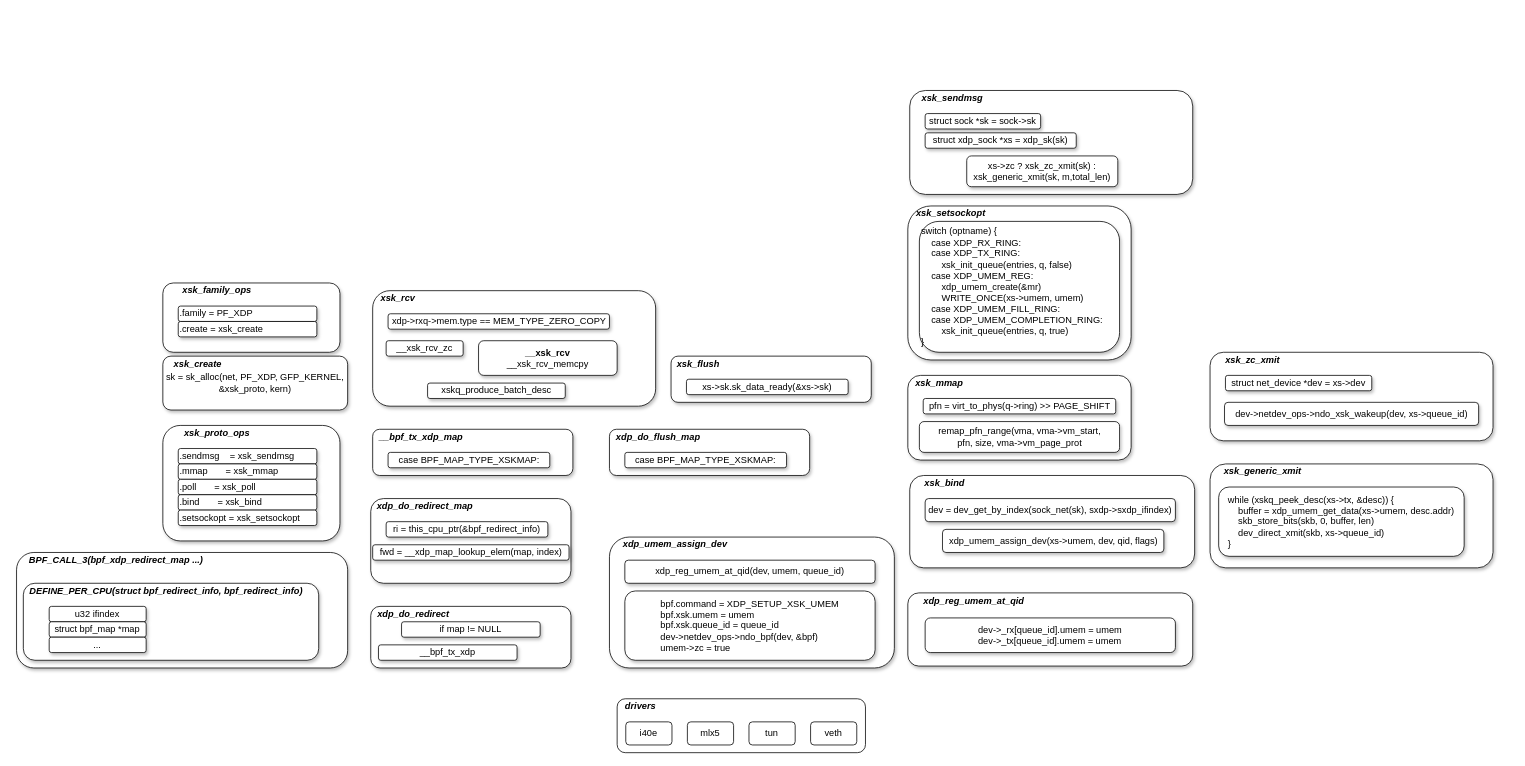
AirbornWdd/doc keeps this draw.io diagram as xsk.drawio. Above is the earlier version. Source tidied: cells renumbered, new cells numbered last; positions are measured from the earlier drawing's top-left corner, leaving out a move shared by most shapes. Both pictures are drawn from the tidied source at 77%, with x=0, y=0 at pixel (16, 52).
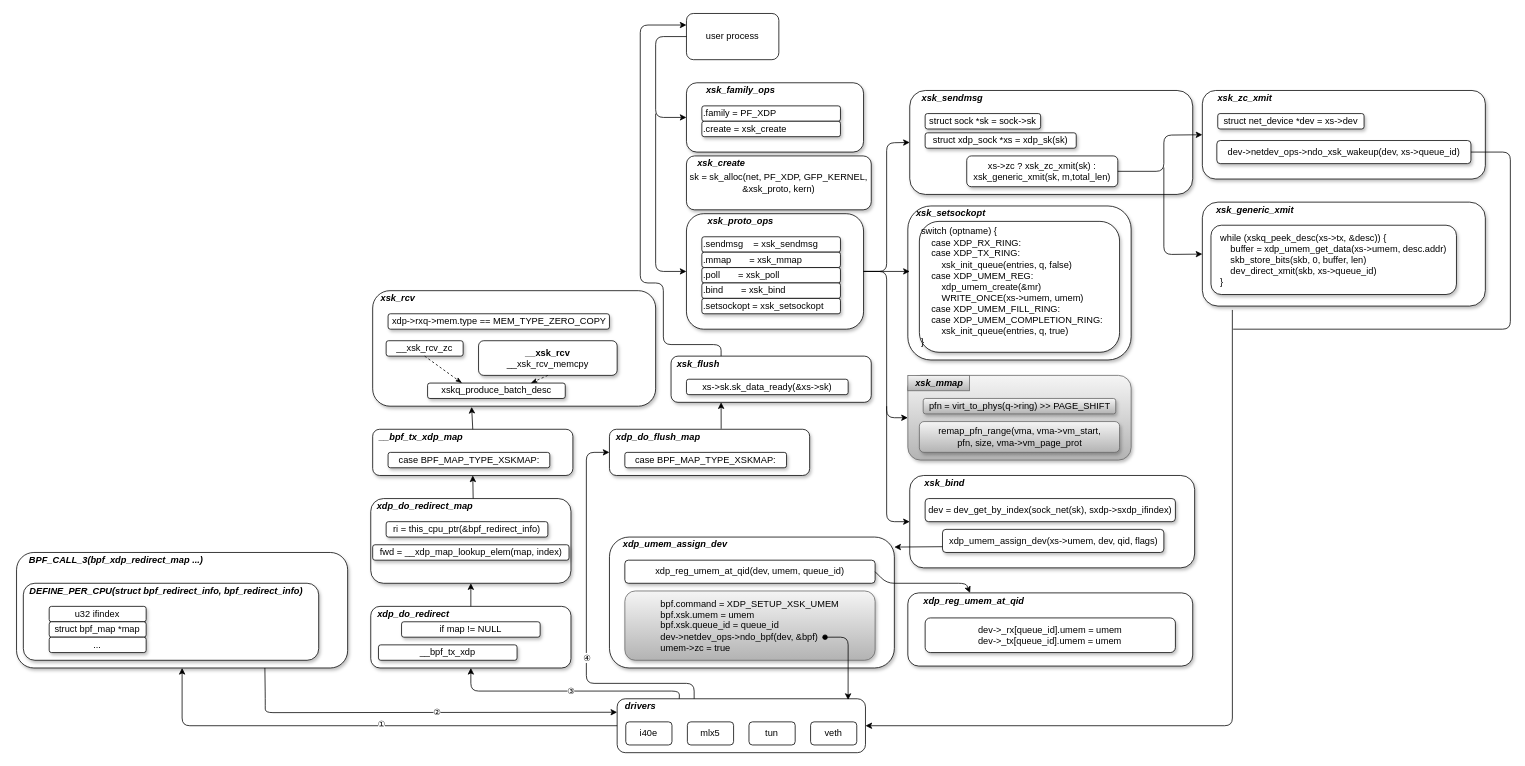
After the change.

The change refers to these unchanged cells:
```xml
<mxCell id="4" style="rounded=1;whiteSpace=wrap;html=1;shadow=1;" parent="3" vertex="1">
  <mxGeometry width="430" height="150" as="geometry" />
</mxCell>
<mxCell id="12" style="rounded=1;whiteSpace=wrap;html=1;shadow=1;" parent="1" vertex="1">
  <mxGeometry x="460" y="720" width="260" height="80" as="geometry" />
</mxCell>
<mxCell id="15" style="rounded=1;whiteSpace=wrap;html=1;shadow=1;" parent="1" vertex="1">
  <mxGeometry x="460" y="580" width="260" height="110" as="geometry" />
</mxCell>
<mxCell id="20" style="rounded=1;whiteSpace=wrap;html=1;shadow=1;" parent="1" vertex="1">
  <mxGeometry x="462.5" y="490" width="260" height="60" as="geometry" />
</mxCell>
<mxCell id="26" value="__xsk_rcv_zc" style="rounded=1;whiteSpace=wrap;html=1;shadow=1;" parent="1" vertex="1">
  <mxGeometry x="480" y="375" width="100" height="20" as="geometry" />
</mxCell>
<mxCell id="27" value="&lt;b&gt;__xsk_rcv&lt;/b&gt;&lt;br&gt;__xsk_rcv_memcpy" style="rounded=1;whiteSpace=wrap;html=1;shadow=1;" parent="1" vertex="1">
  <mxGeometry x="600" y="375" width="180" height="45" as="geometry" />
</mxCell>
<mxCell id="28" value="xskq_produce_batch_desc" style="rounded=1;whiteSpace=wrap;html=1;shadow=1;" parent="1" vertex="1">
  <mxGeometry x="533.8" y="430" width="178.8" height="20" as="geometry" />
</mxCell>
<mxCell id="29" style="rounded=1;whiteSpace=wrap;html=1;shadow=1;" parent="1" vertex="1">
  <mxGeometry x="850" y="395" width="260" height="60" as="geometry" />
</mxCell>
<mxCell id="32" style="rounded=1;whiteSpace=wrap;html=1;shadow=1;" parent="1" vertex="1">
  <mxGeometry x="770" y="490" width="260" height="60" as="geometry" />
</mxCell>
<mxCell id="37" value="xdp_reg_umem_at_qid(dev, umem, queue_id)" style="rounded=1;whiteSpace=wrap;html=1;shadow=1;align=center;" parent="1" vertex="1">
  <mxGeometry x="790" y="660" width="325" height="30" as="geometry" />
</mxCell>
<mxCell id="40" value="&lt;b&gt;&lt;i&gt;xdp_reg_umem_at_qid&lt;/i&gt;&lt;/b&gt;" style="text;html=1;align=center;verticalAlign=middle;points=[];" parent="1" vertex="1">
  <mxGeometry x="1167.5" y="702.5" width="150" height="20" as="geometry" />
</mxCell>
<mxCell id="42" style="group;" parent="1" vertex="1">
  <mxGeometry x="1550" width="370" height="480" as="geometry" />
</mxCell>
<mxCell id="47" style="group;" parent="1" vertex="1">
  <mxGeometry x="190" y="300" width="240" height="335" as="geometry" />
</mxCell>
<mxCell id="49" style="rounded=1;whiteSpace=wrap;html=1;shadow=1;" parent="48" vertex="1">
  <mxGeometry width="230" height="150" as="geometry" />
</mxCell>
<mxCell id="64" style="rounded=1;whiteSpace=wrap;html=1;" parent="63" vertex="1">
  <mxGeometry width="322.5" height="70" as="geometry" />
</mxCell>
<mxCell id="70" style="rounded=1;whiteSpace=wrap;html=1;shadow=1;" parent="1" vertex="1">
  <mxGeometry x="1160" y="550" width="370" height="120" as="geometry" />
</mxCell>
<mxCell id="73" value="xdp_umem_assign_dev(xs-&amp;gt;umem, dev, qid, flags)" style="rounded=1;whiteSpace=wrap;html=1;shadow=1;align=center;" parent="1" vertex="1">
  <mxGeometry x="1202.5" y="620" width="287.5" height="30" as="geometry" />
</mxCell>
<mxCell id="77" style="rounded=1;whiteSpace=wrap;html=1;shadow=1;" parent="1" vertex="1">
  <mxGeometry x="1160" y="50" width="367.5" height="135" as="geometry" />
</mxCell>
<mxCell id="81" value="xs-&amp;gt;zc ?&amp;nbsp;xsk_zc_xmit(sk) : xsk_generic_xmit(sk, m,total_len)" style="rounded=1;whiteSpace=wrap;html=1;shadow=1;" parent="1" vertex="1">
  <mxGeometry x="1234" y="135" width="196.2" height="40" as="geometry" />
</mxCell>
```

Change to the diagram source:
```diff
@@
-    <mxCell id="38" value="&lt;div style=&quot;text-align: left&quot;&gt;&lt;span&gt;bpf.command = XDP_SETUP_XSK_UMEM&lt;/span&gt;&lt;/div&gt;&lt;div style=&quot;text-align: left&quot;&gt;&lt;span&gt;bpf.xsk.umem = umem&lt;/span&gt;&lt;/div&gt;&lt;div style=&quot;text-align: left&quot;&gt;&lt;span&gt;bpf.xsk.queue_id = queue_id&lt;/span&gt;&lt;/div&gt;&lt;div style=&quot;text-align: left&quot;&gt;&lt;span&gt;dev-&amp;gt;netdev_ops-&amp;gt;ndo_bpf(dev, &amp;amp;bpf)&lt;/span&gt;&lt;/div&gt;&lt;div style=&quot;text-align: left&quot;&gt;&lt;span&gt;umem-&amp;gt;zc = true&lt;/span&gt;&lt;/div&gt;" style="rounded=1;whiteSpace=wrap;html=1;shadow=1;align=center;" parent="1" vertex="1">
+    <mxCell id="38" value="&lt;div style=&quot;text-align: left&quot;&gt;&lt;span&gt;bpf.command = XDP_SETUP_XSK_UMEM&lt;/span&gt;&lt;/div&gt;&lt;div style=&quot;text-align: left&quot;&gt;&lt;span&gt;bpf.xsk.umem = umem&lt;/span&gt;&lt;/div&gt;&lt;div style=&quot;text-align: left&quot;&gt;&lt;span&gt;bpf.xsk.queue_id = queue_id&lt;/span&gt;&lt;/div&gt;&lt;div style=&quot;text-align: left&quot;&gt;&lt;span&gt;dev-&amp;gt;netdev_ops-&amp;gt;ndo_bpf(dev, &amp;amp;bpf)&lt;/span&gt;&lt;/div&gt;&lt;div style=&quot;text-align: left&quot;&gt;&lt;span&gt;umem-&amp;gt;zc = true&lt;/span&gt;&lt;/div&gt;" style="rounded=1;whiteSpace=wrap;html=1;shadow=1;align=center;gradientColor=#b3b3b3;fillColor=#f5f5f5;strokeColor=#666666;" parent="1" vertex="1">
       <mxGeometry x="790" y="700" width="325" height="90" as="geometry" />
     </mxCell>
@@
-    <mxCell id="43" style="rounded=1;whiteSpace=wrap;html=1;shadow=1;" parent="42" vertex="1">
+    <mxCell id="43" style="rounded=1;whiteSpace=wrap;html=1;shadow=1;gradientColor=#b3b3b3;fillColor=#f5f5f5;strokeColor=#666666;" parent="42" vertex="1">
       <mxGeometry x="-392.5" y="420" width="290" height="110" as="geometry" />
     </mxCell>
-    <mxCell id="44" value="&lt;span&gt;&lt;b&gt;&lt;i&gt;xsk_mmap&lt;/i&gt;&lt;/b&gt;&lt;/span&gt;" style="text;html=1;align=center;verticalAlign=middle;" parent="42" vertex="1">
+    <mxCell id="44" value="&lt;span&gt;&lt;b&gt;&lt;i&gt;xsk_mmap&lt;/i&gt;&lt;/b&gt;&lt;/span&gt;" style="text;html=1;align=center;verticalAlign=middle;gradientColor=#b3b3b3;fillColor=#f5f5f5;strokeColor=#666666;" parent="42" vertex="1">
       <mxGeometry x="-392.5" y="420" width="80" height="20" as="geometry" />
     </mxCell>
-    <mxCell id="45" value="pfn = virt_to_phys(q-&amp;gt;ring) &amp;gt;&amp;gt; PAGE_SHIFT" style="rounded=1;whiteSpace=wrap;html=1;shadow=1;" parent="42" vertex="1">
+    <mxCell id="45" value="pfn = virt_to_phys(q-&amp;gt;ring) &amp;gt;&amp;gt; PAGE_SHIFT" style="rounded=1;whiteSpace=wrap;html=1;shadow=1;gradientColor=#b3b3b3;fillColor=#f5f5f5;strokeColor=#666666;" parent="42" vertex="1">
       <mxGeometry x="-372.5" y="450" width="250" height="20" as="geometry" />
     </mxCell>
-    <mxCell id="46" value="remap_pfn_range(vma, vma-&amp;gt;vm_start, pfn,&amp;nbsp;size, vma-&amp;gt;vm_page_prot" style="rounded=1;whiteSpace=wrap;html=1;shadow=1;" parent="42" vertex="1">
+    <mxCell id="46" value="remap_pfn_range(vma, vma-&amp;gt;vm_start, pfn,&amp;nbsp;size, vma-&amp;gt;vm_page_prot" style="rounded=1;whiteSpace=wrap;html=1;shadow=1;gradientColor=#b3b3b3;fillColor=#f5f5f5;strokeColor=#666666;" parent="42" vertex="1">
       <mxGeometry x="-377.5" y="480" width="260" height="40" as="geometry" />
     </mxCell>
@@
     <mxCell id="48" style="group;" parent="47" vertex="1">
-      <mxGeometry y="185" width="230" height="150" as="geometry" />
+      <mxGeometry x="680" y="-90" width="230" height="150" as="geometry" />
     </mxCell>
@@
-    <mxCell id="56" style="rounded=1;whiteSpace=wrap;html=1;shadow=1;" parent="47" vertex="1">
-      <mxGeometry width="230" height="90" as="geometry" />
-    </mxCell>
-    <mxCell id="57" value="&lt;b&gt;&lt;i&gt;xsk_family_ops&lt;/i&gt;&lt;/b&gt;" style="text;html=1;align=center;verticalAlign=middle;" parent="47" vertex="1">
-      <mxGeometry x="20" width="100" height="20" as="geometry" />
-    </mxCell>
-    <mxCell id="58" value=".family = PF_XDP" style="rounded=1;whiteSpace=wrap;html=1;shadow=1;align=left;" parent="47" vertex="1">
-      <mxGeometry x="20" y="30" width="180" height="20" as="geometry" />
-    </mxCell>
-    <mxCell id="59" value=".create = xsk_create" style="rounded=1;whiteSpace=wrap;html=1;shadow=1;align=left;" parent="47" vertex="1">
-      <mxGeometry x="20" y="50" width="180" height="20" as="geometry" />
-    </mxCell>
-    <mxCell id="60" style="group;" parent="47" vertex="1">
-      <mxGeometry y="95" width="240" height="70" as="geometry" />
-    </mxCell>
-    <mxCell id="61" value="sk = sk_alloc(net, PF_XDP, GFP_KERNEL, &amp;amp;xsk_proto, kern)" style="rounded=1;whiteSpace=wrap;html=1;shadow=1;" parent="60" vertex="1">
-      <mxGeometry width="240" height="70" as="geometry" />
-    </mxCell>
-    <mxCell id="62" value="&lt;b&gt;&lt;i&gt;xsk_create&lt;/i&gt;&lt;/b&gt;" style="text;html=1;align=center;verticalAlign=middle;" parent="60" vertex="1">
-      <mxGeometry x="5" width="80" height="20" as="geometry" />
-    </mxCell>
@@
     <mxCell id="82" style="rounded=1;whiteSpace=wrap;html=1;shadow=1;" parent="1" vertex="1">
-      <mxGeometry x="1550" y="390" width="367.5" height="115" as="geometry" />
+      <mxGeometry x="1540" y="50" width="367.5" height="115" as="geometry" />
     </mxCell>
     <mxCell id="83" value="&lt;b&gt;&lt;i&gt;xsk_zc_xmit&lt;/i&gt;&lt;/b&gt;" style="text;html=1;align=center;verticalAlign=middle;" parent="1" vertex="1">
-      <mxGeometry x="1560" y="390" width="90" height="20" as="geometry" />
+      <mxGeometry x="1550" y="50" width="90" height="20" as="geometry" />
     </mxCell>
     <mxCell id="84" value="struct net_device *dev = xs-&amp;gt;dev" style="rounded=1;whiteSpace=wrap;html=1;shadow=1;" parent="1" vertex="1">
-      <mxGeometry x="1570" y="420" width="190" height="20" as="geometry" />
+      <mxGeometry x="1560" y="80" width="190" height="20" as="geometry" />
     </mxCell>
     <mxCell id="85" value="dev-&amp;gt;netdev_ops-&amp;gt;ndo_xsk_wakeup(dev, xs-&amp;gt;queue_id)" style="rounded=1;whiteSpace=wrap;html=1;shadow=1;" parent="1" vertex="1">
-      <mxGeometry x="1568.8" y="455" width="330" height="30" as="geometry" />
+      <mxGeometry x="1558.8" y="115" width="330" height="30" as="geometry" />
     </mxCell>
     <mxCell id="86" style="rounded=1;whiteSpace=wrap;html=1;shadow=1;" parent="1" vertex="1">
-      <mxGeometry x="1550" y="535" width="367.5" height="135" as="geometry" />
+      <mxGeometry x="1540" y="195" width="367.5" height="135" as="geometry" />
     </mxCell>
     <mxCell id="87" value="&lt;b&gt;&lt;i&gt;xsk_generic_xmit&lt;/i&gt;&lt;/b&gt;" style="text;html=1;align=center;verticalAlign=middle;" parent="1" vertex="1">
-      <mxGeometry x="1557.5" y="535" width="120" height="20" as="geometry" />
+      <mxGeometry x="1547.5" y="195" width="120" height="20" as="geometry" />
     </mxCell>
     <mxCell id="88" value="&lt;div style=&quot;text-align: left&quot;&gt;&lt;span&gt;while (xskq_peek_desc(xs-&amp;gt;tx, &amp;amp;desc)) {&lt;/span&gt;&lt;/div&gt;&lt;div style=&quot;text-align: left&quot;&gt;&amp;nbsp; &amp;nbsp;&amp;nbsp;buffer = xdp_umem_get_data(xs-&amp;gt;umem, desc.addr)&lt;/div&gt;&lt;div style=&quot;text-align: left&quot;&gt;&amp;nbsp; &amp;nbsp;&amp;nbsp;skb_store_bits(skb, 0, buffer, len)&lt;/div&gt;&lt;div style=&quot;text-align: left&quot;&gt;&amp;nbsp; &amp;nbsp; dev_direct_xmit(skb, xs-&amp;gt;queue_id)&lt;br&gt;&lt;/div&gt;&lt;div style=&quot;text-align: left&quot;&gt;&lt;span&gt;}&lt;/span&gt;&lt;/div&gt;" style="rounded=1;whiteSpace=wrap;html=1;shadow=1;" parent="1" vertex="1">
-      <mxGeometry x="1561.2" y="565" width="318.8" height="90" as="geometry" />
+      <mxGeometry x="1551.2" y="225" width="318.8" height="90" as="geometry" />
     </mxCell>
+    <mxCell id="89" style="endArrow=classic;html=1;exitX=0;exitY=0.5;exitDx=0;exitDy=0;entryX=0.5;entryY=1;entryDx=0;entryDy=0;" parent="1" edge="1" source="64" target="4">
+      <mxGeometry relative="1" as="geometry">
+        <Array as="points">
+          <mxPoint x="215" y="875" />
+        </Array>
+      </mxGeometry>
+    </mxCell>
+    <mxCell id="90" value="①" style="edgeLabel;html=1;align=center;verticalAlign=middle;" parent="89" vertex="1">
+      <mxGeometry x="-0.04" y="-3" relative="1" as="geometry" />
+    </mxCell>
+    <mxCell id="91" style="endArrow=classic;html=1;entryX=0;entryY=0.25;entryDx=0;entryDy=0;exitX=0.75;exitY=1;exitDx=0;exitDy=0;" parent="1" edge="1" source="4" target="64">
+      <mxGeometry relative="1" as="geometry">
+        <Array as="points">
+          <mxPoint x="323" y="840" />
+          <mxPoint x="323" y="858" />
+        </Array>
+      </mxGeometry>
+    </mxCell>
+    <mxCell id="92" value="②" style="edgeLabel;html=1;align=center;verticalAlign=middle;" parent="91" vertex="1">
+      <mxGeometry x="0.09" y="1" relative="1" as="geometry" />
+    </mxCell>
+    <mxCell id="93" style="endArrow=classic;html=1;exitX=0.25;exitY=0;exitDx=0;exitDy=0;entryX=0.5;entryY=1;entryDx=0;entryDy=0;" parent="1" edge="1" source="64" target="12">
+      <mxGeometry relative="1" as="geometry">
+        <Array as="points">
+          <mxPoint x="861" y="830" />
+          <mxPoint x="590" y="830" />
+        </Array>
+      </mxGeometry>
+    </mxCell>
+    <mxCell id="94" value="③" style="edgeLabel;html=1;align=center;verticalAlign=middle;" parent="93" vertex="1">
+      <mxGeometry x="-0.02" y="-1" relative="1" as="geometry" />
+    </mxCell>
+    <mxCell id="95" style="endArrow=classic;html=1;entryX=0.5;entryY=1;entryDx=0;entryDy=0;" parent="1" edge="1" source="12" target="15">
+      <mxGeometry relative="1" as="geometry" />
+    </mxCell>
+    <mxCell id="96" style="endArrow=classic;html=1;entryX=0.5;entryY=1;entryDx=0;entryDy=0;" parent="1" edge="1" target="20">
+      <mxGeometry relative="1" as="geometry">
+        <mxPoint x="593" y="580" as="sourcePoint" />
+      </mxGeometry>
+    </mxCell>
+    <mxCell id="97" style="endArrow=classic;html=1;exitX=0.5;exitY=0;exitDx=0;exitDy=0;" parent="1" edge="1" source="20">
+      <mxGeometry relative="1" as="geometry">
+        <mxPoint x="591" y="461" as="targetPoint" />
+      </mxGeometry>
+    </mxCell>
+    <mxCell id="98" style="endArrow=classicThin;dashed=1;html=1;exitX=0.5;exitY=1;exitDx=0;exitDy=0;entryX=0.25;entryY=0;entryDx=0;entryDy=0;endFill=1;" parent="1" edge="1" source="26" target="28">
+      <mxGeometry relative="1" as="geometry" />
+    </mxCell>
+    <mxCell id="99" style="endArrow=classicThin;dashed=1;html=1;exitX=0.5;exitY=1;exitDx=0;exitDy=0;entryX=0.75;entryY=0;entryDx=0;entryDy=0;endFill=1;" parent="1" edge="1" source="27" target="28">
+      <mxGeometry relative="1" as="geometry" />
+    </mxCell>
+    <mxCell id="100" style="endArrow=classic;html=1;entryX=0;entryY=0.5;entryDx=0;entryDy=0;" parent="1" edge="1" target="32">
+      <mxGeometry relative="1" as="geometry">
+        <mxPoint x="880" y="840" as="sourcePoint" />
+        <Array as="points">
+          <mxPoint x="880" y="820" />
+          <mxPoint x="740" y="820" />
+          <mxPoint x="740" y="520" />
+        </Array>
+      </mxGeometry>
+    </mxCell>
+    <mxCell id="101" value="④" style="edgeLabel;html=1;align=center;verticalAlign=middle;" parent="100" vertex="1">
+      <mxGeometry x="-0.21" relative="1" as="geometry" />
+    </mxCell>
+    <mxCell id="102" style="endArrow=classic;html=1;entryX=0.25;entryY=1;entryDx=0;entryDy=0;exitX=0.558;exitY=-0.011;exitDx=0;exitDy=0;exitPerimeter=0;" parent="1" edge="1" source="32" target="29">
+      <mxGeometry relative="1" as="geometry" />
+    </mxCell>
+    <mxCell id="103" style="endArrow=classic;html=1;entryX=0;entryY=0.5;entryDx=0;entryDy=0;exitX=1;exitY=0.5;exitDx=0;exitDy=0;" parent="1" edge="1" source="49" target="77">
+      <mxGeometry relative="1" as="geometry">
+        <Array as="points">
+          <mxPoint x="1130" y="285" />
+          <mxPoint x="1130" y="118" />
+        </Array>
+      </mxGeometry>
+    </mxCell>
+    <mxCell id="104" style="endArrow=classic;html=1;exitX=1;exitY=0.5;exitDx=0;exitDy=0;" parent="1" edge="1" source="49">
+      <mxGeometry relative="1" as="geometry">
+        <mxPoint x="1160" y="285" as="targetPoint" />
+      </mxGeometry>
+    </mxCell>
+    <mxCell id="105" style="endArrow=classic;html=1;entryX=0;entryY=0.5;entryDx=0;entryDy=0;exitX=1;exitY=0.5;exitDx=0;exitDy=0;" parent="1" edge="1" source="49" target="43">
+      <mxGeometry relative="1" as="geometry">
+        <Array as="points">
+          <mxPoint x="1130" y="285" />
+          <mxPoint x="1130" y="475" />
+        </Array>
+      </mxGeometry>
+    </mxCell>
+    <mxCell id="106" style="endArrow=classic;html=1;entryX=0;entryY=0.5;entryDx=0;entryDy=0;" parent="1" edge="1" target="70">
+      <mxGeometry relative="1" as="geometry">
+        <mxPoint x="1130" y="460" as="sourcePoint" />
+        <Array as="points">
+          <mxPoint x="1130" y="610" />
+        </Array>
+      </mxGeometry>
+    </mxCell>
+    <mxCell id="107" style="endArrow=classic;html=1;entryX=0;entryY=0.5;entryDx=0;entryDy=0;exitX=1;exitY=0.5;exitDx=0;exitDy=0;" parent="1" edge="1" source="81" target="82">
+      <mxGeometry relative="1" as="geometry">
+        <Array as="points">
+          <mxPoint x="1490" y="155" />
+          <mxPoint x="1490" y="108" />
+        </Array>
+      </mxGeometry>
+    </mxCell>
+    <mxCell id="108" style="endArrow=classic;html=1;entryX=0;entryY=0.5;entryDx=0;entryDy=0;" parent="1" edge="1" target="86">
+      <mxGeometry relative="1" as="geometry">
+        <mxPoint x="1490" y="150" as="sourcePoint" />
+        <Array as="points">
+          <mxPoint x="1490" y="263" />
+        </Array>
+      </mxGeometry>
+    </mxCell>
+    <mxCell id="109" style="endArrow=classic;html=1;exitX=0;exitY=0.75;exitDx=0;exitDy=0;" parent="1" edge="1" source="73">
+      <mxGeometry relative="1" as="geometry">
+        <mxPoint x="1140" y="643" as="targetPoint" />
+      </mxGeometry>
+    </mxCell>
+    <mxCell id="110" style="endArrow=classic;html=1;exitX=1;exitY=0.5;exitDx=0;exitDy=0;" parent="1" edge="1" source="37" target="40">
+      <mxGeometry relative="1" as="geometry">
+        <Array as="points">
+          <mxPoint x="1130" y="690" />
+          <mxPoint x="1233" y="690" />
+        </Array>
+      </mxGeometry>
+    </mxCell>
+    <mxCell id="56" style="rounded=1;whiteSpace=wrap;html=1;shadow=1;" parent="1" vertex="1">
+      <mxGeometry x="870" y="40" width="230" height="90" as="geometry" />
+    </mxCell>
+    <mxCell id="57" value="&lt;b&gt;&lt;i&gt;xsk_family_ops&lt;/i&gt;&lt;/b&gt;" style="text;html=1;align=center;verticalAlign=middle;" parent="1" vertex="1">
+      <mxGeometry x="890" y="40" width="100" height="20" as="geometry" />
+    </mxCell>
+    <mxCell id="58" value=".family = PF_XDP" style="rounded=1;whiteSpace=wrap;html=1;shadow=1;align=left;" parent="1" vertex="1">
+      <mxGeometry x="890" y="70" width="180" height="20" as="geometry" />
+    </mxCell>
+    <mxCell id="59" value=".create = xsk_create" style="rounded=1;whiteSpace=wrap;html=1;shadow=1;align=left;" parent="1" vertex="1">
+      <mxGeometry x="890" y="90" width="180" height="20" as="geometry" />
+    </mxCell>
+    <mxCell id="60" style="group;" parent="1" vertex="1">
+      <mxGeometry x="870" y="135" width="240" height="70" as="geometry" />
+    </mxCell>
+    <mxCell id="61" value="sk = sk_alloc(net, PF_XDP, GFP_KERNEL, &amp;amp;xsk_proto, kern)" style="rounded=1;whiteSpace=wrap;html=1;shadow=1;" parent="60" vertex="1">
+      <mxGeometry width="240" height="70" as="geometry" />
+    </mxCell>
+    <mxCell id="62" value="&lt;b&gt;&lt;i&gt;xsk_create&lt;/i&gt;&lt;/b&gt;" style="text;html=1;align=center;verticalAlign=middle;" parent="60" vertex="1">
+      <mxGeometry x="5" width="80" height="20" as="geometry" />
+    </mxCell>
+    <mxCell id="111" value="user process" style="rounded=1;whiteSpace=wrap;html=1;" parent="1" vertex="1">
+      <mxGeometry x="870" y="-50" width="120" height="60" as="geometry" />
+    </mxCell>
+    <mxCell id="112" style="endArrow=classic;html=1;exitX=0;exitY=0.5;exitDx=0;exitDy=0;entryX=0;entryY=0.5;entryDx=0;entryDy=0;" parent="1" edge="1" source="111" target="56">
+      <mxGeometry relative="1" as="geometry">
+        <Array as="points">
+          <mxPoint x="830" y="-20" />
+          <mxPoint x="830" y="85" />
+        </Array>
+      </mxGeometry>
+    </mxCell>
+    <mxCell id="113" style="endArrow=classic;html=1;entryX=0;entryY=0.5;entryDx=0;entryDy=0;" parent="1" edge="1" target="49">
+      <mxGeometry relative="1" as="geometry">
+        <mxPoint x="830" y="80" as="sourcePoint" />
+        <Array as="points">
+          <mxPoint x="830" y="285" />
+        </Array>
+      </mxGeometry>
+    </mxCell>
+    <mxCell id="114" style="endArrow=classic;html=1;entryX=0;entryY=0.25;entryDx=0;entryDy=0;exitX=0.25;exitY=0;exitDx=0;exitDy=0;" parent="1" edge="1" source="29" target="111">
+      <mxGeometry relative="1" as="geometry">
+        <Array as="points">
+          <mxPoint x="915" y="380" />
+          <mxPoint x="840" y="380" />
+          <mxPoint x="840" y="300" />
+          <mxPoint x="810" y="300" />
+          <mxPoint x="810" y="-35" />
+        </Array>
+      </mxGeometry>
+    </mxCell>
+    <mxCell id="115" style="endArrow=classic;html=1;exitX=0.8;exitY=0.667;exitDx=0;exitDy=0;exitPerimeter=0;entryX=0.93;entryY=0.021;entryDx=0;entryDy=0;entryPerimeter=0;startArrow=oval;startFill=1;" parent="1" edge="1" source="38" target="64">
+      <mxGeometry relative="1" as="geometry">
+        <Array as="points">
+          <mxPoint x="1080" y="760" />
+        </Array>
+      </mxGeometry>
+    </mxCell>
+    <mxCell id="116" style="endArrow=classic;html=1;entryX=1;entryY=0.5;entryDx=0;entryDy=0;exitX=0.106;exitY=1.037;exitDx=0;exitDy=0;exitPerimeter=0;" parent="1" edge="1" source="86" target="64">
+      <mxGeometry relative="1" as="geometry">
+        <Array as="points">
+          <mxPoint x="1579" y="875" />
+        </Array>
+      </mxGeometry>
+    </mxCell>
+    <mxCell id="117" style="endArrow=none;html=1;exitX=1;exitY=0.5;exitDx=0;exitDy=0;endFill=0;" parent="1" edge="1" source="85">
+      <mxGeometry relative="1" as="geometry">
+        <mxPoint x="1580" y="360" as="targetPoint" />
+        <Array as="points">
+          <mxPoint x="1940" y="130" />
+          <mxPoint x="1940" y="360" />
+        </Array>
+      </mxGeometry>
+    </mxCell>
```
